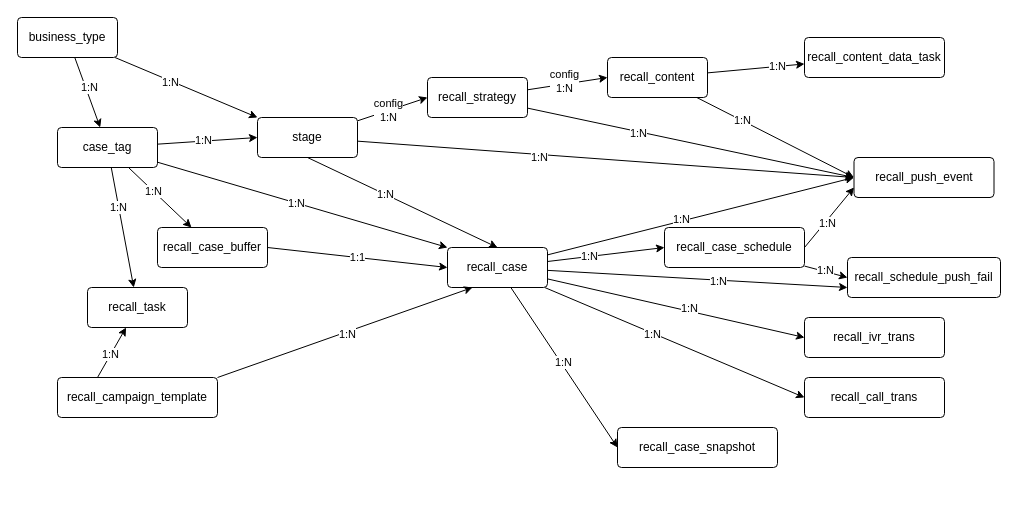
ABIN-DS/flowchart keeps this draw.io diagram as 召回系统-数据架构.drawio. Above is the earlier version. Source tidied: cells renumbered, new cells numbered last; positions are measured from the earlier drawing's top-left corner, leaving out a move shared by most shapes. Both pictures are drawn from the tidied source at 100%, with x=0, y=0 at pixel (17, 17).
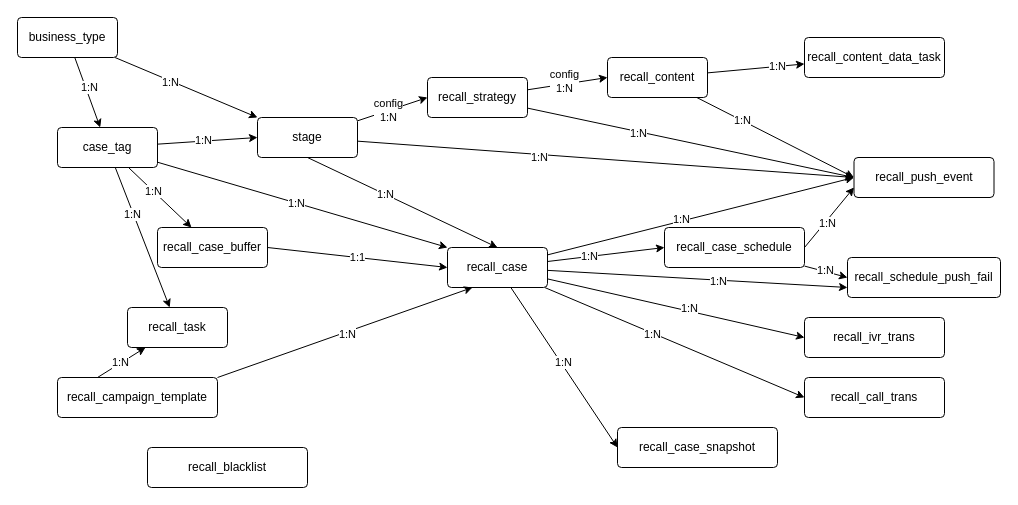
After the change.

Commit message:
更新召回系统-数据架构.drawio

What changed in the source:
```diff
@@
     <mxCell id="42" value="recall_task" style="rounded=1;arcSize=10;whiteSpace=wrap;html=1;align=center;" parent="1" vertex="1">
-      <mxGeometry x="70" y="270" width="100" height="40" as="geometry" />
+      <mxGeometry x="110" y="290" width="100" height="40" as="geometry" />
     </mxCell>
@@
+    <mxCell id="65" value="recall_blacklist" style="rounded=1;arcSize=10;whiteSpace=wrap;html=1;align=center;" parent="1" vertex="1">
+      <mxGeometry x="130" y="430" width="160" height="40" as="geometry" />
+    </mxCell>
```
